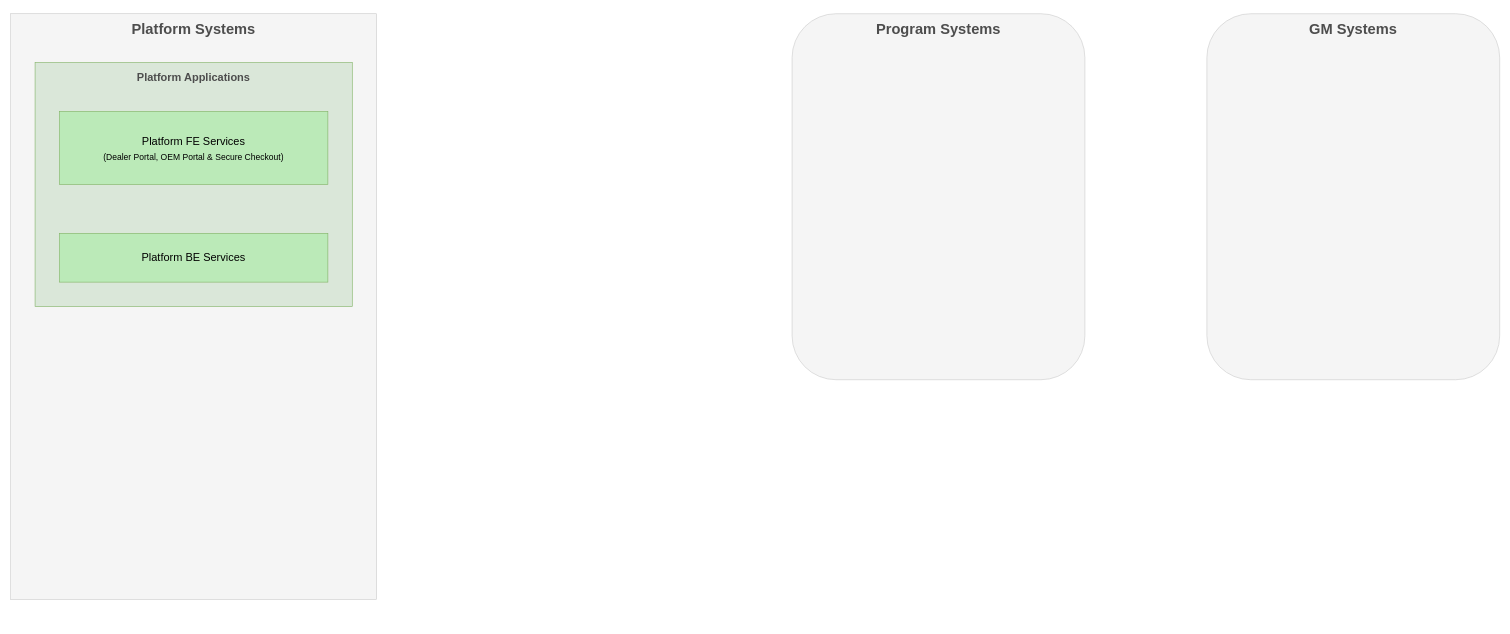
Earlier version of the draw.io diagram platform-iframe-hld.drawio (ssharifdev/draw.io). Source tidied: cells renumbered, new cells numbered last; positions are measured from the earlier drawing's top-left corner, leaving out a move shared by most shapes. Both pictures are drawn from the tidied source at 61%, with x=0, y=0 at pixel (10, 13).
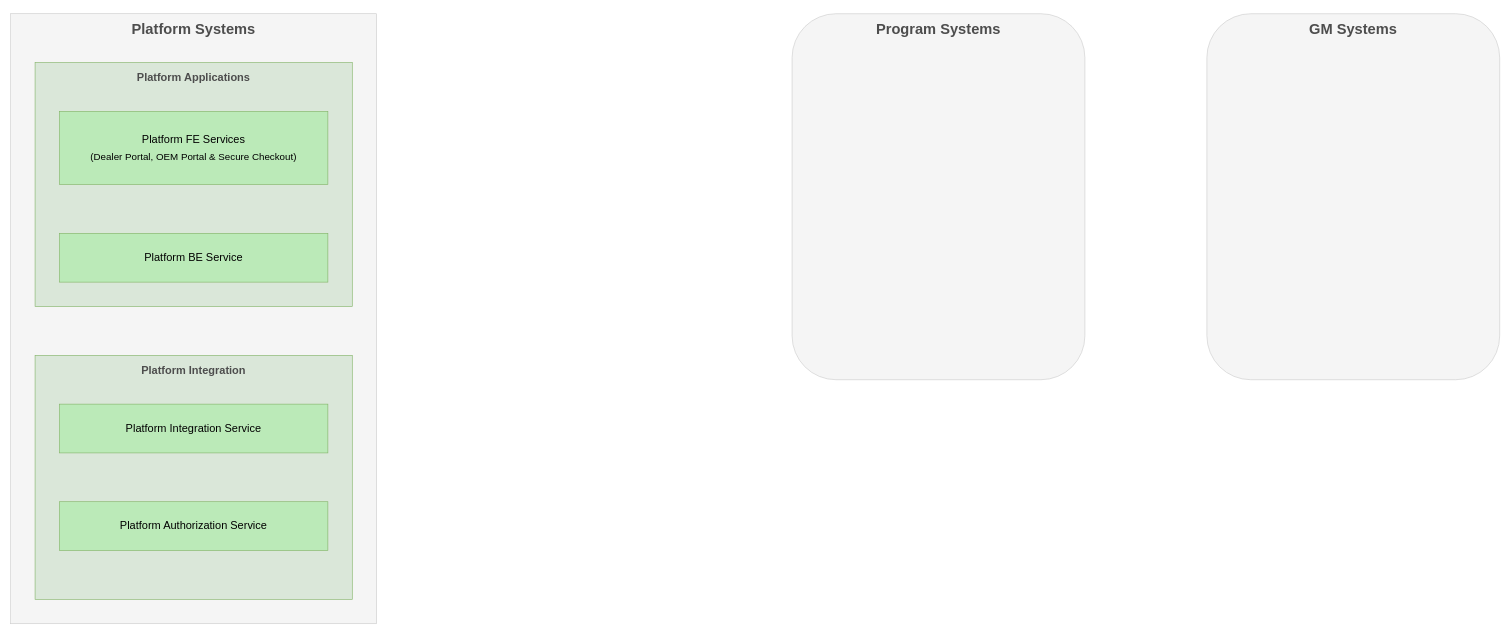
After the change.

The edit, as a diff of the source:
```diff
@@
 <mxGraphModel>
   <root>
     <mxCell id="0" />
     <mxCell id="1" parent="0" />
     <mxCell id="2" style="rounded=0;whiteSpace=wrap;html=1;fillColor=#f5f5f5;fontColor=#333333;strokeColor=#CCCCCC;" parent="1" vertex="1">
-      <mxGeometry width="600" height="960" as="geometry" />
+      <mxGeometry width="600" height="1000" as="geometry" />
     </mxCell>
     <mxCell id="3" style="rounded=1;whiteSpace=wrap;html=1;fillColor=#f5f5f5;fontColor=#333333;strokeColor=#CCCCCC;" parent="1" vertex="1">
       <mxGeometry x="1281" width="480" height="600" as="geometry" />
     </mxCell>
     <mxCell id="4" style="rounded=1;whiteSpace=wrap;html=1;fillColor=#f5f5f5;fontColor=#333333;strokeColor=#CCCCCC;" parent="1" vertex="1">
       <mxGeometry x="1961" width="480" height="600" as="geometry" />
     </mxCell>
     <mxCell id="5" value="&lt;h1&gt;&lt;b&gt;Platform Systems&lt;/b&gt;&lt;/h1&gt;" style="text;html=1;align=center;verticalAlign=middle;whiteSpace=wrap;rounded=0;fontColor=#4D4D4D;" parent="1" vertex="1">
       <mxGeometry x="165" y="10" width="270" height="30" as="geometry" />
     </mxCell>
     <mxCell id="6" value="&lt;h1&gt;&lt;b&gt;Program Systems&lt;/b&gt;&lt;/h1&gt;" style="text;html=1;align=center;verticalAlign=middle;whiteSpace=wrap;rounded=0;fontColor=#4D4D4D;" parent="1" vertex="1">
       <mxGeometry x="1386" y="10" width="270" height="30" as="geometry" />
     </mxCell>
     <mxCell id="7" value="&lt;h1&gt;&lt;b&gt;GM Systems&lt;/b&gt;&lt;/h1&gt;" style="text;html=1;align=center;verticalAlign=middle;whiteSpace=wrap;rounded=0;fontColor=#4D4D4D;" parent="1" vertex="1">
       <mxGeometry x="2066" y="10" width="270" height="30" as="geometry" />
     </mxCell>
     <mxCell id="8" style="rounded=0;whiteSpace=wrap;html=1;fillColor=#DAE7D9;strokeColor=#82b366;fillStyle=auto;" parent="1" vertex="1">
       <mxGeometry x="40" y="80" width="520" height="400" as="geometry" />
     </mxCell>
     <mxCell id="9" value="&lt;h2&gt;&lt;b&gt;Platform Applications&lt;/b&gt;&lt;/h2&gt;" style="text;html=1;align=center;verticalAlign=middle;whiteSpace=wrap;rounded=0;fontColor=#4D4D4D;" parent="1" vertex="1">
       <mxGeometry x="165" y="90" width="270" height="30" as="geometry" />
     </mxCell>
-    <mxCell id="10" value="&lt;font style=&quot;line-height: 160%;&quot;&gt;&lt;font style=&quot;font-size: 18px; line-height: 160%;&quot;&gt;Platform FE Services&lt;/font&gt;&lt;br&gt;&lt;span style=&quot;font-size: 14px; line-height: 160%;&quot;&gt;(Dealer Portal, OEM Portal &amp;amp; Secure Checkout)&lt;/span&gt;&lt;/font&gt;" style="rounded=0;whiteSpace=wrap;html=1;fillColor=#BBEAB8;strokeColor=#82b366;" parent="1" vertex="1">
+    <mxCell id="10" value="&lt;font style=&quot;line-height: 170%;&quot;&gt;&lt;font style=&quot;font-size: 18px; line-height: 170%;&quot;&gt;Platform FE Services&lt;/font&gt;&lt;br&gt;&lt;span&gt;&lt;font style=&quot;font-size: 16px; line-height: 170%;&quot;&gt;(Dealer Portal, OEM Portal &amp;amp; Secure Checkout)&lt;/font&gt;&lt;/span&gt;&lt;/font&gt;" style="rounded=0;whiteSpace=wrap;html=1;fillColor=#BBEAB8;strokeColor=#82b366;" parent="1" vertex="1">
       <mxGeometry x="80" y="160" width="440" height="120" as="geometry" />
     </mxCell>
-    <mxCell id="11" value="&lt;font style=&quot;line-height: 160%;&quot;&gt;&lt;font style=&quot;font-size: 18px; line-height: 160%;&quot;&gt;Platform BE Services&lt;/font&gt;&lt;br&gt;&lt;/font&gt;" style="rounded=0;whiteSpace=wrap;html=1;fillColor=#BBEAB8;strokeColor=#82b366;" parent="1" vertex="1">
+    <mxCell id="11" value="&lt;font style=&quot;line-height: 160%;&quot;&gt;&lt;font style=&quot;font-size: 18px; line-height: 160%;&quot;&gt;Platform BE Service&lt;/font&gt;&lt;br&gt;&lt;/font&gt;" style="rounded=0;whiteSpace=wrap;html=1;fillColor=#BBEAB8;strokeColor=#82b366;" parent="1" vertex="1">
       <mxGeometry x="80" y="360" width="440" height="80" as="geometry" />
     </mxCell>
+    <mxCell id="12" style="rounded=0;whiteSpace=wrap;html=1;fillColor=#DAE7D9;strokeColor=#82b366;fillStyle=auto;" parent="1" vertex="1">
+      <mxGeometry x="40" y="560" width="520" height="400" as="geometry" />
+    </mxCell>
+    <mxCell id="13" value="&lt;h2&gt;&lt;b&gt;Platform Integration&lt;/b&gt;&lt;/h2&gt;" style="text;html=1;align=center;verticalAlign=middle;whiteSpace=wrap;rounded=0;fontColor=#4D4D4D;" parent="1" vertex="1">
+      <mxGeometry x="165" y="570" width="270" height="30" as="geometry" />
+    </mxCell>
+    <mxCell id="14" value="&lt;font style=&quot;line-height: 160%;&quot;&gt;&lt;font style=&quot;font-size: 18px; line-height: 160%;&quot;&gt;Platform Integration Service&lt;/font&gt;&lt;br&gt;&lt;/font&gt;" style="rounded=0;whiteSpace=wrap;html=1;fillColor=#BBEAB8;strokeColor=#82b366;" parent="1" vertex="1">
+      <mxGeometry x="80" y="640" width="440" height="80" as="geometry" />
+    </mxCell>
+    <mxCell id="15" value="&lt;font style=&quot;line-height: 160%;&quot;&gt;&lt;font style=&quot;font-size: 18px; line-height: 160%;&quot;&gt;Platform Authorization Service&lt;/font&gt;&lt;br&gt;&lt;/font&gt;" style="rounded=0;whiteSpace=wrap;html=1;fillColor=#BBEAB8;strokeColor=#82b366;" parent="1" vertex="1">
+      <mxGeometry x="80" y="800" width="440" height="80" as="geometry" />
+    </mxCell>
   </root>
 </mxGraphModel>
```
